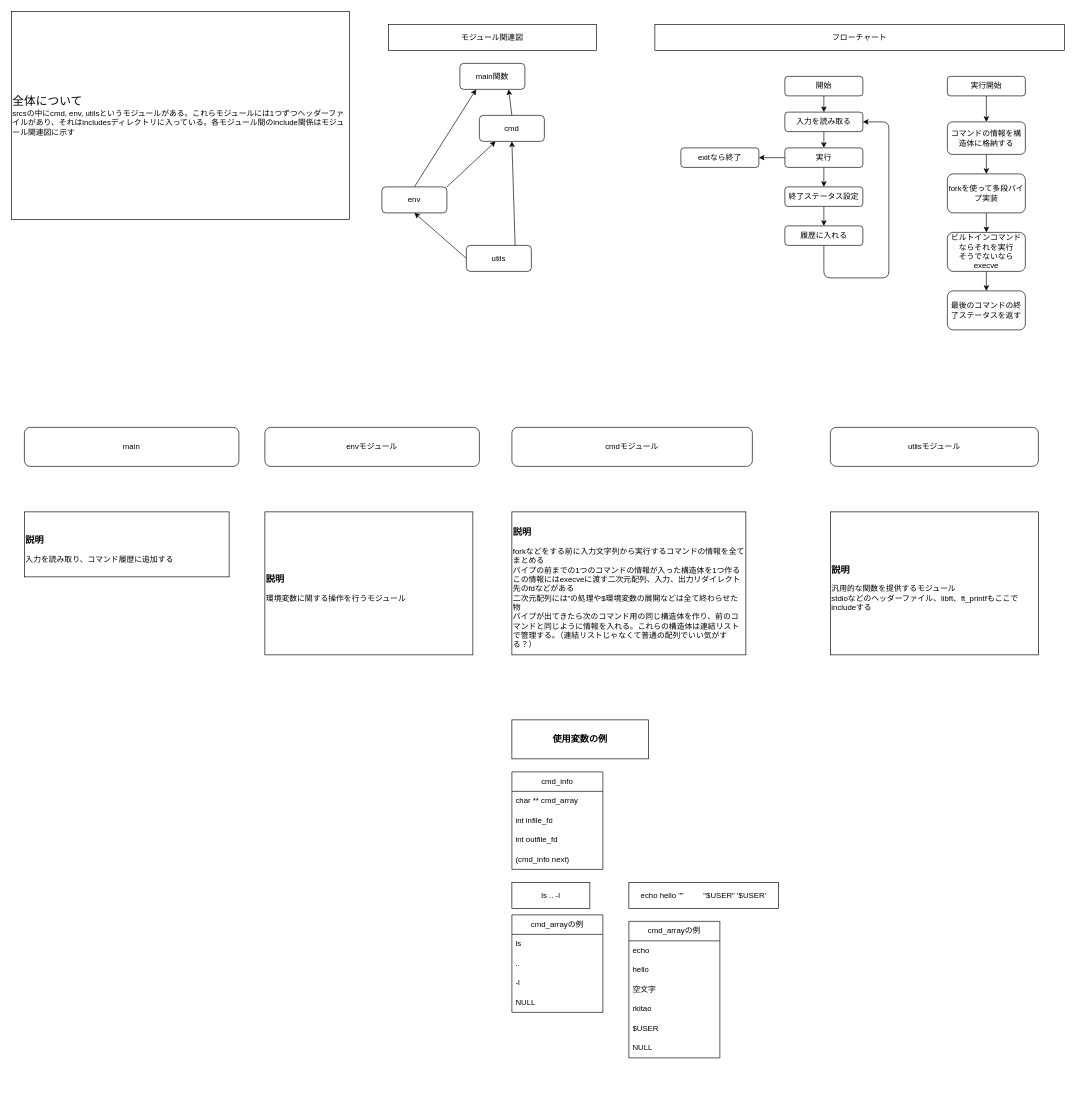
Earlier version of the draw.io diagram design.drawio (rk0730/minishell). Source tidied: cells renumbered, new cells numbered last; positions are measured from the earlier drawing's top-left corner, leaving out a move shared by most shapes. Both pictures are drawn from the tidied source at 65%, with x=0, y=0 at pixel (11, 11).
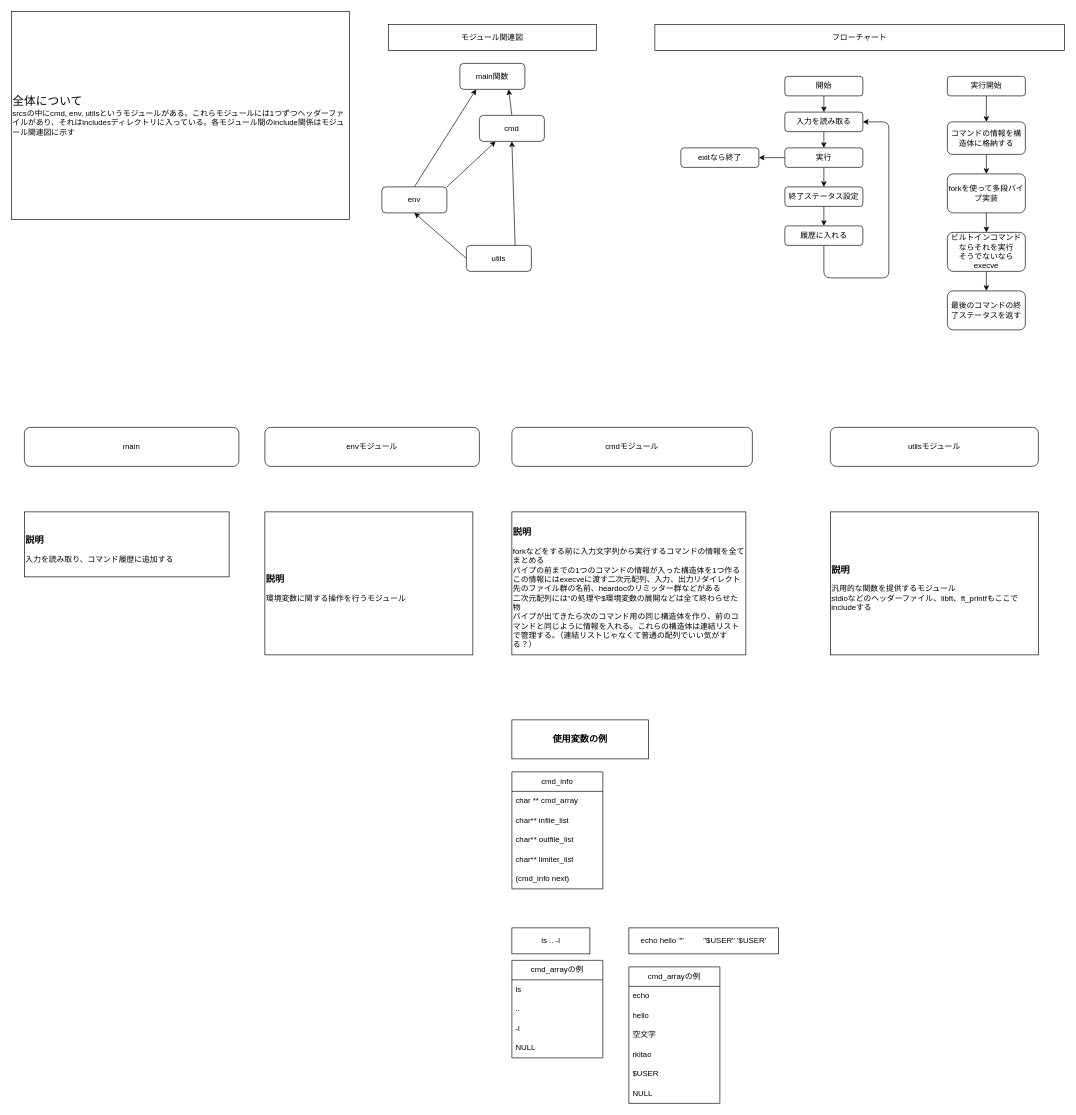
The same diagram, later.

Commit message:
cmd 設計変更

The edit, as a diff of the source:
```diff
@@
-    <mxCell id="5" value="&lt;h3&gt;説明&lt;/h3&gt;forkなどをする前に入力文字列から実行するコマンドの情報を全てまとめる&lt;br&gt;パイプの前までの1つのコマンドの情報が入った構造体を1つ作る&lt;br&gt;この情報にはexecveに渡す二次元配列、入力、出力リダイレクト先のfdなどがある&lt;br&gt;二次元配列には”の処理や$環境変数の展開などは全て終わらせた物&lt;br&gt;パイプが出てきたら次のコマンド用の同じ構造体を作り、前のコマンドと同じように情報を入れる。これらの構造体は連結リストで管理する。（連結リストじゃなくて普通の配列でいい気がする？）" style="rounded=0;whiteSpace=wrap;html=1;align=left;" parent="1" vertex="1">
+    <mxCell id="5" value="&lt;h3&gt;説明&lt;/h3&gt;forkなどをする前に入力文字列から実行するコマンドの情報を全てまとめる&lt;br&gt;パイプの前までの1つのコマンドの情報が入った構造体を1つ作る&lt;br&gt;この情報にはexecveに渡す二次元配列、入力、出力リダイレクト先のファイル群の名前、heardocのリミッター群などがある&lt;br&gt;二次元配列には”の処理や$環境変数の展開などは全て終わらせた物&lt;br&gt;パイプが出てきたら次のコマンド用の同じ構造体を作り、前のコマンドと同じように情報を入れる。これらの構造体は連結リストで管理する。（連結リストじゃなくて普通の配列でいい気がする？）" style="rounded=0;whiteSpace=wrap;html=1;align=left;" parent="1" vertex="1">
       <mxGeometry x="770" y="770" width="360" height="220" as="geometry" />
     </mxCell>
     <mxCell id="6" value="cmd_info" style="swimlane;fontStyle=0;horizontal=1;startSize=30;whiteSpace=wrap;html=1;" parent="1" vertex="1">
-      <mxGeometry x="770" y="1170" width="140" height="150" as="geometry" />
+      <mxGeometry x="770" y="1170" width="140" height="180" as="geometry" />
     </mxCell>
@@
-    <mxCell id="8" value="int infile_fd" style="text;strokeColor=none;fillColor=none;align=left;verticalAlign=middle;spacingLeft=4;spacingRight=4;overflow=hidden;whiteSpace=wrap;html=1;" parent="6" vertex="1">
+    <mxCell id="8" value="char** infile_list" style="text;strokeColor=none;fillColor=none;align=left;verticalAlign=middle;spacingLeft=4;spacingRight=4;overflow=hidden;whiteSpace=wrap;html=1;" parent="6" vertex="1">
       <mxGeometry y="60" width="140" height="30" as="geometry" />
     </mxCell>
-    <mxCell id="9" value="int outfile_fd" style="text;strokeColor=none;fillColor=none;align=left;verticalAlign=middle;spacingLeft=4;spacingRight=4;overflow=hidden;whiteSpace=wrap;html=1;" parent="6" vertex="1">
+    <mxCell id="9" value="char** outfile_list" style="text;strokeColor=none;fillColor=none;align=left;verticalAlign=middle;spacingLeft=4;spacingRight=4;overflow=hidden;whiteSpace=wrap;html=1;" parent="6" vertex="1">
       <mxGeometry y="90" width="140" height="30" as="geometry" />
     </mxCell>
+    <mxCell id="63" value="char** limiter_list" style="text;strokeColor=none;fillColor=none;align=left;verticalAlign=middle;spacingLeft=4;spacingRight=4;overflow=hidden;whiteSpace=wrap;html=1;" parent="6" vertex="1">
+      <mxGeometry y="120" width="140" height="30" as="geometry" />
+    </mxCell>
     <mxCell id="10" value="(cmd_info next)" style="text;strokeColor=none;fillColor=none;align=left;verticalAlign=middle;spacingLeft=4;spacingRight=4;overflow=hidden;whiteSpace=wrap;html=1;" parent="6" vertex="1">
-      <mxGeometry y="120" width="140" height="30" as="geometry" />
+      <mxGeometry y="150" width="140" height="30" as="geometry" />
     </mxCell>
     <mxCell id="11" value="cmd_arrayの例" style="swimlane;fontStyle=0;horizontal=1;startSize=30;whiteSpace=wrap;html=1;" parent="1" vertex="1">
-      <mxGeometry x="770" y="1390" width="140" height="150" as="geometry" />
+      <mxGeometry x="770" y="1460" width="140" height="150" as="geometry" />
     </mxCell>
@@
     <mxCell id="16" value="cmd_arrayの例" style="swimlane;fontStyle=0;horizontal=1;startSize=30;whiteSpace=wrap;html=1;" parent="1" vertex="1">
-      <mxGeometry x="950" y="1400" width="140" height="210" as="geometry" />
+      <mxGeometry x="950" y="1470" width="140" height="210" as="geometry" />
     </mxCell>
@@
     <mxCell id="23" value="ls .. -l" style="rounded=0;whiteSpace=wrap;html=1;" parent="1" vertex="1">
-      <mxGeometry x="770" y="1340" width="120" height="40" as="geometry" />
+      <mxGeometry x="770" y="1410" width="120" height="40" as="geometry" />
     </mxCell>
     <mxCell id="24" value="echo hello &quot;&quot;&amp;nbsp; &amp;nbsp; &amp;nbsp; &amp;nbsp; &amp;nbsp;&quot;$USER&quot; '$USER'" style="rounded=0;whiteSpace=wrap;html=1;" parent="1" vertex="1">
-      <mxGeometry x="950" y="1340" width="230" height="40" as="geometry" />
+      <mxGeometry x="950" y="1410" width="230" height="40" as="geometry" />
     </mxCell>
```
